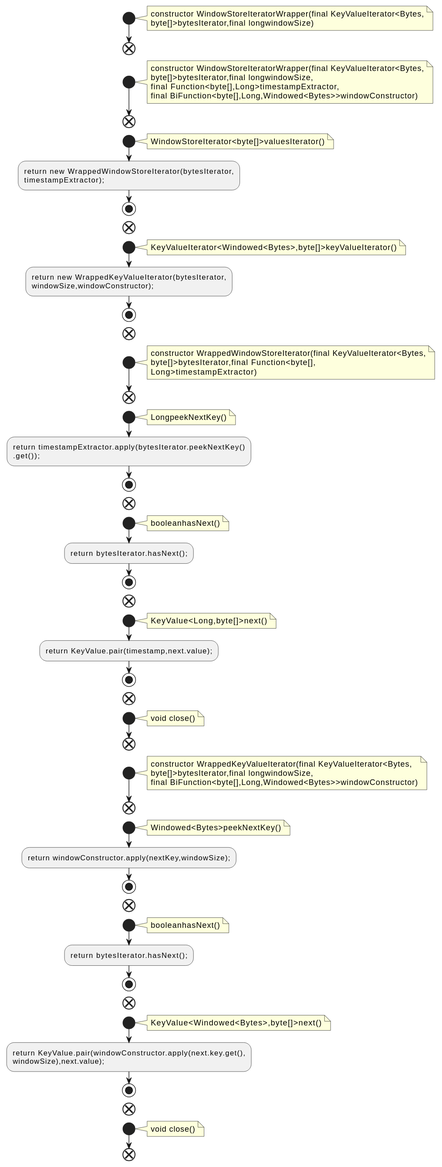
Before: docs/qc/streams/src/main/java/org/apache/kafka/streams/state/internals/WindowStoreIteratorWrapper.java.fct.svg, a diagram exported from PlantUML (qualitesys/kafka).
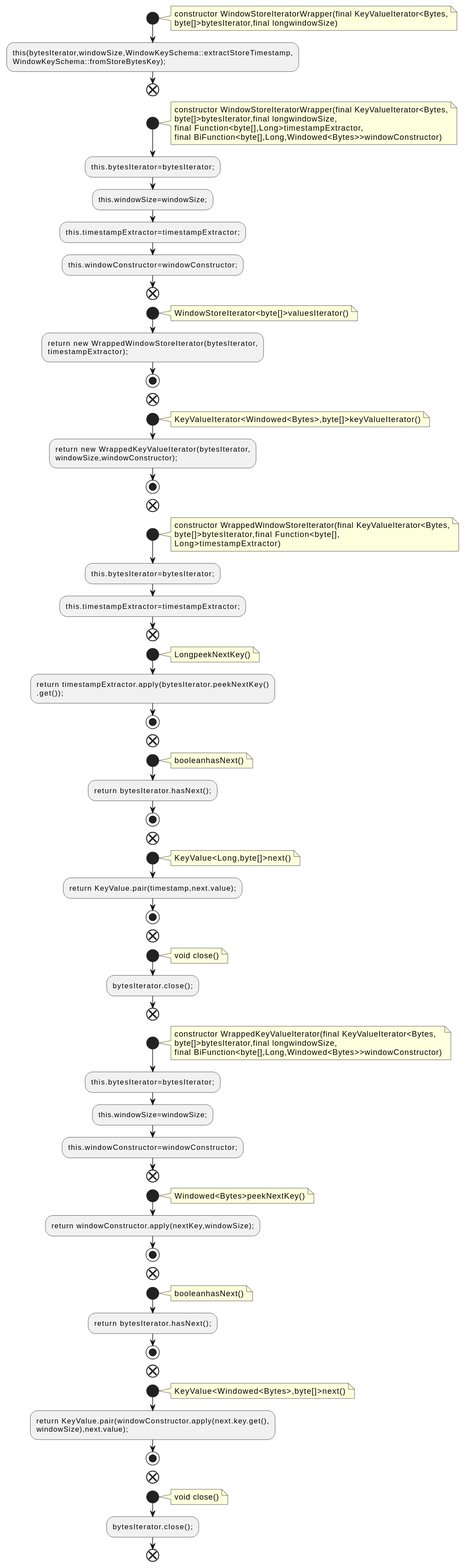
After the change.

Change to the diagram source:
```diff
@@ -5,6 +5,8 @@
 constructor WindowStoreIteratorWrapper(final KeyValueIterator<Bytes,
 byte[]>bytesIterator,final longwindowSize)
 end note
+:this(bytesIterator,windowSize,WindowKeySchema::extractStoreTimestamp,
+WindowKeySchema::fromStoreBytesKey);;
 end
 start
 note right
@@ -13,6 +15,10 @@
 final Function<byte[],Long>timestampExtractor,
 final BiFunction<byte[],Long,Windowed<Bytes>>windowConstructor)
 end note
+:this.bytesIterator=bytesIterator;;
+:this.windowSize=windowSize;;
+:this.timestampExtractor=timestampExtractor;;
+:this.windowConstructor=windowConstructor;;
 end
 start
 note right
@@ -36,6 +42,8 @@
 byte[]>bytesIterator,final Function<byte[],
 Long>timestampExtractor)
 end note
+:this.bytesIterator=bytesIterator;;
+:this.timestampExtractor=timestampExtractor;;
 end
 start
 note right
@@ -63,6 +71,7 @@
 note right
 void close()
 end note
+:bytesIterator.close();;
 end
 start
 note right
@@ -70,6 +79,9 @@
 byte[]>bytesIterator,final longwindowSize,
 final BiFunction<byte[],Long,Windowed<Bytes>>windowConstructor)
 end note
+:this.bytesIterator=bytesIterator;;
+:this.windowSize=windowSize;;
+:this.windowConstructor=windowConstructor;;
 end
 start
 note right
@@ -97,5 +109,6 @@
 note right
 void close()
 end note
+:bytesIterator.close();;
 end
 @enduml
```
